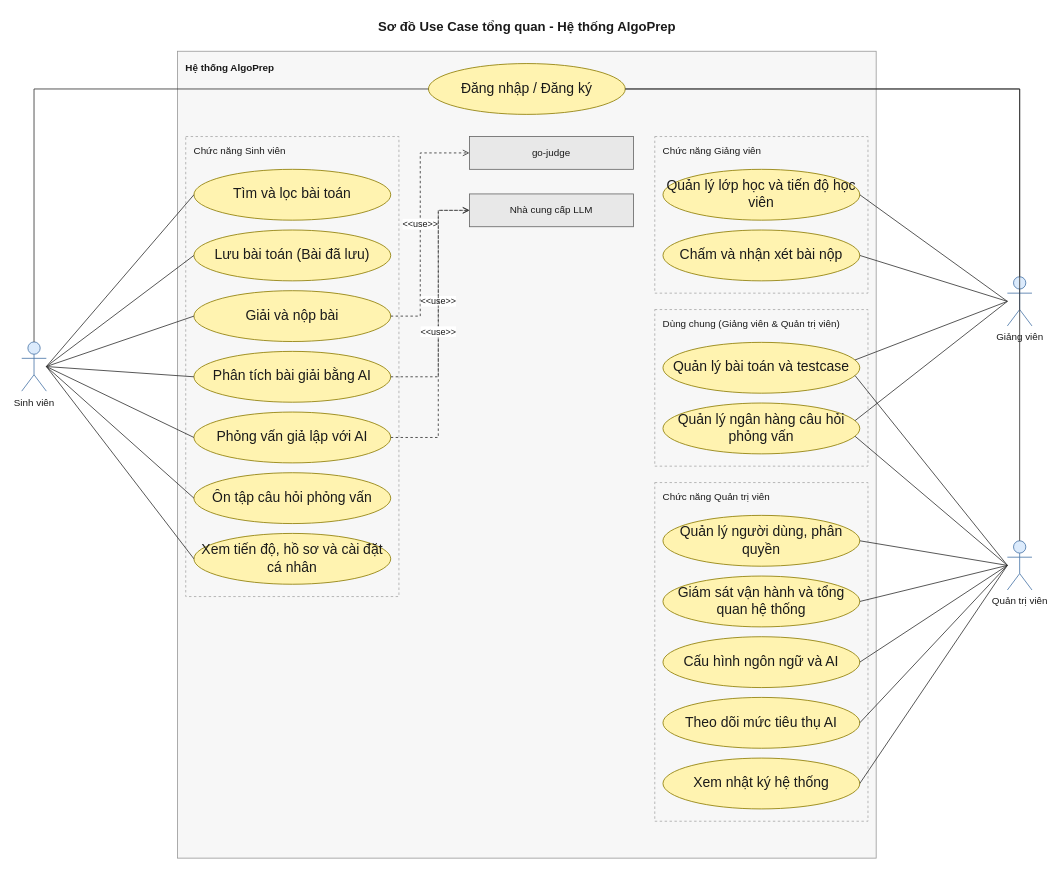
The draw.io diagram 08-diagram/usecase/usecase_tong_quan_actor.drawio in daiphu1801/PRJ_ALGOPREP, before the edit. Source tidied: cells renumbered, new cells numbered last; positions are measured from the earlier drawing's top-left corner, leaving out a move shared by most shapes. Both pictures are drawn from the tidied source at 82%, with x=0, y=0 at pixel (21, 14).
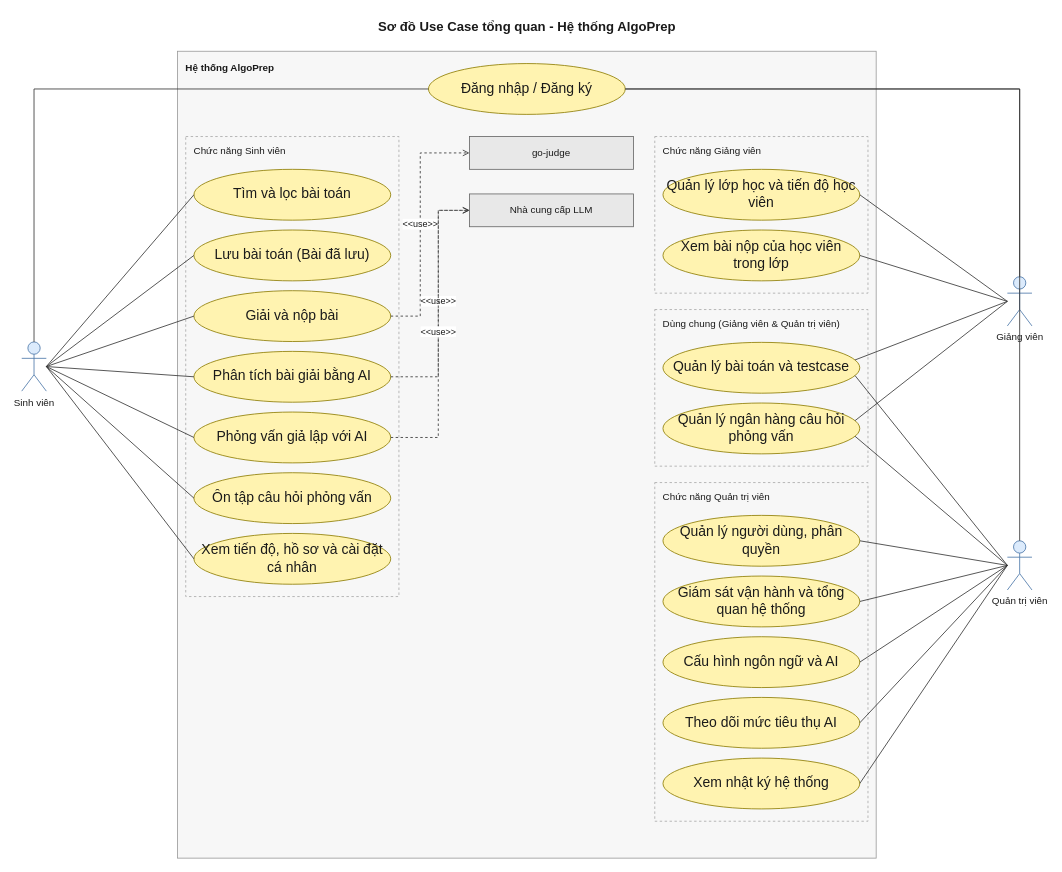
The same diagram, later.

Diff of the diagram source:
```diff
@@
-    <mxCell id="14" value="Chấm và nhận xét bài nộp" style="ellipse;whiteSpace=wrap;html=1;fillColor=#FFF3B0;strokeColor=#8C7B00;fontColor=#1A1A1A;fontSize=17;" parent="1" vertex="1">
+    <mxCell id="14" value="Xem bài nộp của học viên trong lớp" style="ellipse;whiteSpace=wrap;html=1;fillColor=#FFF3B0;strokeColor=#8C7B00;fontColor=#1A1A1A;fontSize=17;" parent="1" vertex="1">
       <mxGeometry x="782" y="263" width="240" height="62" as="geometry" />
     </mxCell>
```
